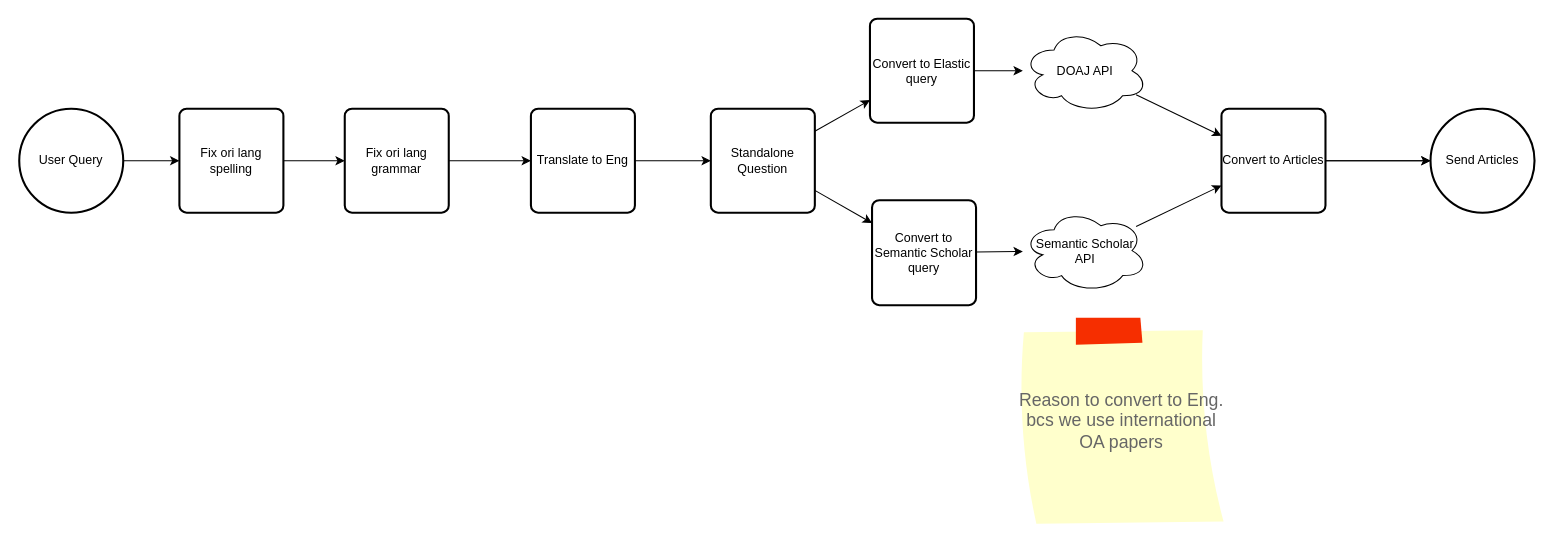
Above: page "POC" (1 of 2) of diagrams/fetch-articles.drawio in Pusdip-ai/pusdip-ai-server (draw.io), before the change. Source tidied: cells renumbered, new cells numbered last; positions are measured from the earlier drawing's top-left corner, leaving out a move shared by most shapes. Both pictures are drawn from the tidied source at 104%, with x=0, y=0 at pixel (19, 18).
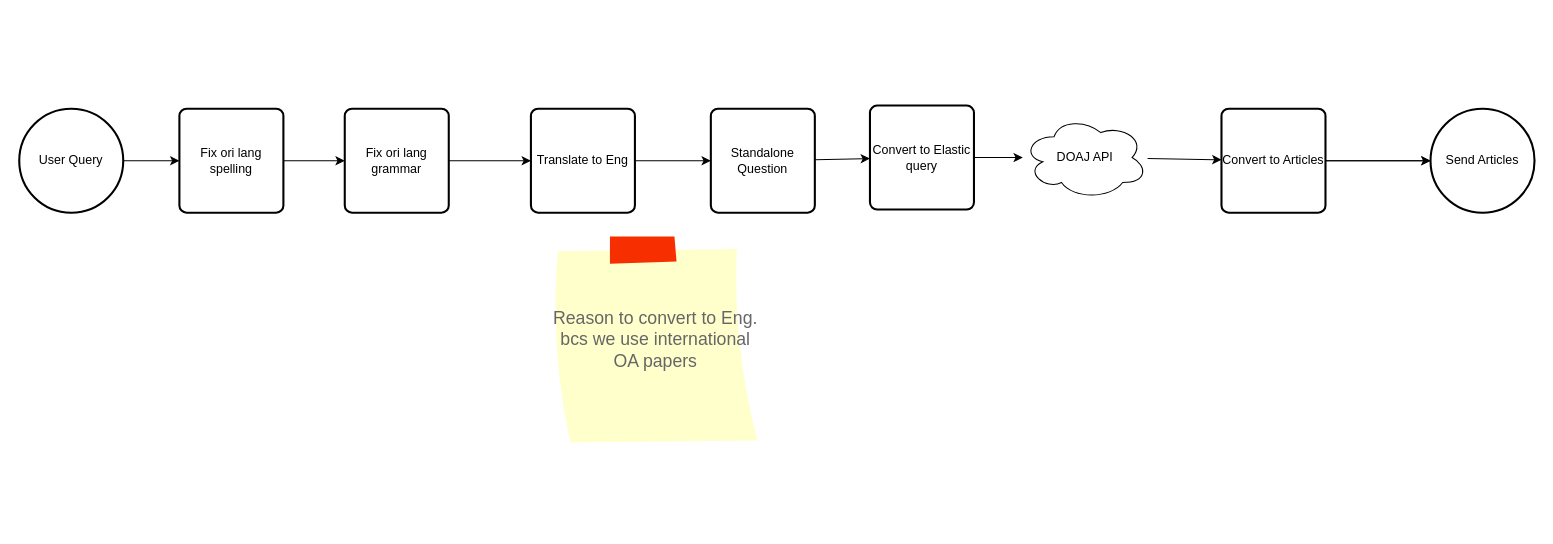
After the change.

Commit message (it also covers changes not shown here):
Create Article model

Unchanged cells that the change refers to:
```xml
<mxCell id="4" value="Convert to Articles" style="rounded=1;whiteSpace=wrap;html=1;absoluteArcSize=1;arcSize=14;strokeWidth=2;" parent="1" vertex="1">
  <mxGeometry x="1156" y="87" width="100" height="100" as="geometry" />
</mxCell>
<mxCell id="15" value="Standalone Question" style="rounded=1;whiteSpace=wrap;html=1;absoluteArcSize=1;arcSize=14;strokeWidth=2;" parent="1" vertex="1">
  <mxGeometry x="665" y="87" width="100" height="100" as="geometry" />
</mxCell>
```

What changed in the source:
```diff
@@
     <mxCell id="6" value="DOAJ API" style="ellipse;shape=cloud;whiteSpace=wrap;html=1;" parent="1" vertex="1">
-      <mxGeometry x="965" y="10.5" width="120" height="80" as="geometry" />
+      <mxGeometry x="965" y="94" width="120" height="80" as="geometry" />
     </mxCell>
-    <mxCell id="7" style="edgeStyle=none;html=1;" parent="1" edge="1" source="8" target="4">
-      <mxGeometry relative="1" as="geometry" />
-    </mxCell>
-    <mxCell id="8" value="Semantic Scholar &lt;br&gt;API" style="ellipse;shape=cloud;whiteSpace=wrap;html=1;" parent="1" vertex="1">
-      <mxGeometry x="965" y="183.5" width="120" height="80" as="geometry" />
-    </mxCell>
@@
     <mxCell id="10" value="Convert to Elastic query" style="rounded=1;whiteSpace=wrap;html=1;absoluteArcSize=1;arcSize=14;strokeWidth=2;" parent="1" vertex="1">
-      <mxGeometry x="818" y="0.5" width="100" height="100" as="geometry" />
+      <mxGeometry x="818" y="84" width="100" height="100" as="geometry" />
     </mxCell>
-    <mxCell id="11" style="edgeStyle=none;html=1;" parent="1" edge="1" source="12" target="8">
-      <mxGeometry relative="1" as="geometry" />
-    </mxCell>
-    <mxCell id="12" value="Convert to Semantic Scholar query" style="rounded=1;whiteSpace=wrap;html=1;absoluteArcSize=1;arcSize=14;strokeWidth=2;" parent="1" vertex="1">
-      <mxGeometry x="820" y="175" width="100" height="101" as="geometry" />
-    </mxCell>
@@
-    <mxCell id="14" style="edgeStyle=none;html=1;" parent="1" edge="1" source="15" target="12">
-      <mxGeometry relative="1" as="geometry" />
-    </mxCell>
@@
     <mxCell id="23" value="Reason to convert to Eng. bcs we use international OA papers" style="strokeWidth=1;shadow=0;dashed=0;align=center;html=1;shape=mxgraph.mockup.text.stickyNote2;fontColor=#666666;mainText=;fontSize=17;whiteSpace=wrap;fillColor=#ffffcc;strokeColor=#F62E00;" parent="1" vertex="1">
-      <mxGeometry x="960" y="288" width="200" height="200" as="geometry" />
+      <mxGeometry x="512" y="210" width="200" height="200" as="geometry" />
     </mxCell>
```
